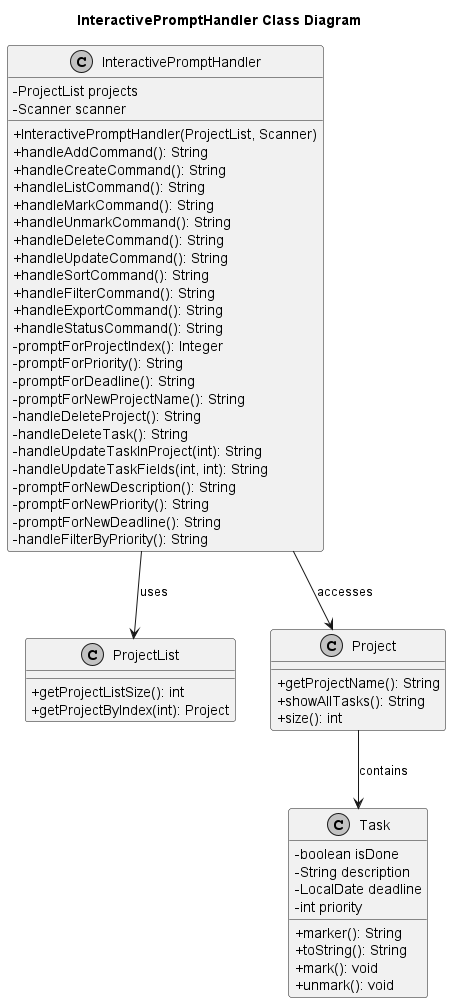
Earlier version of the PlantUML export docs/plantUML/interactive-prompt-handler/interactiveprompthandler.png (sean6369/tp).
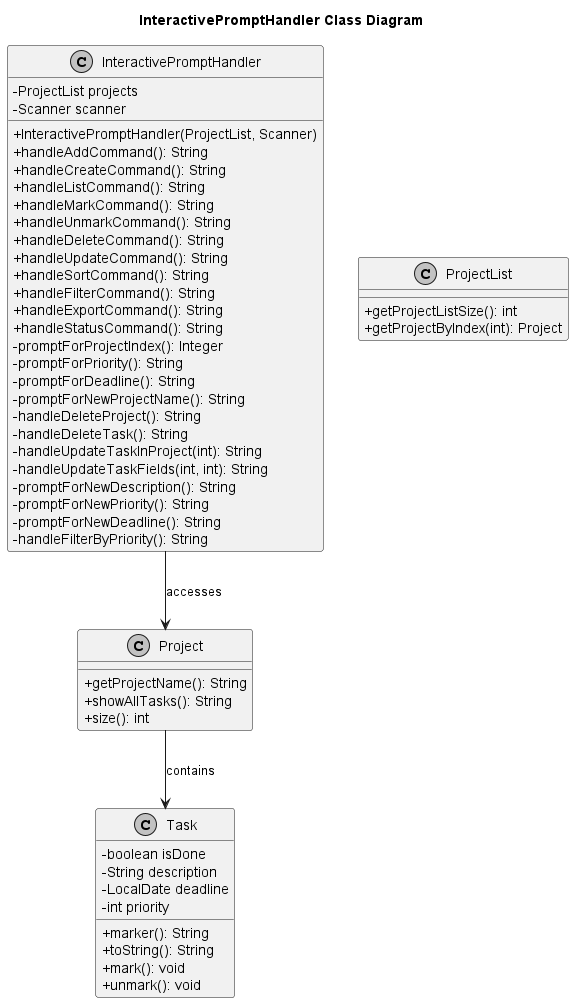
Later version of the same file.

Commit message:
Remove redundant association arrow in InteractivePromptHandler class diagram

- Removed 'InteractivePromptHandler --> ProjectList : uses' arrow since the attribute '-ProjectList projects' already represents the association
- Regenerated PNG to reflect the corrected UML diagram
- Ensures compliance with UML standards by avoiding duplicate association representations

The edit, as a diff of the source:
```diff
@@ -56,7 +56,6 @@
     +unmark(): void
 }
 
-InteractivePromptHandler --> ProjectList : uses
 InteractivePromptHandler --> Project : accesses
 Project --> Task : contains
 @enduml
```
